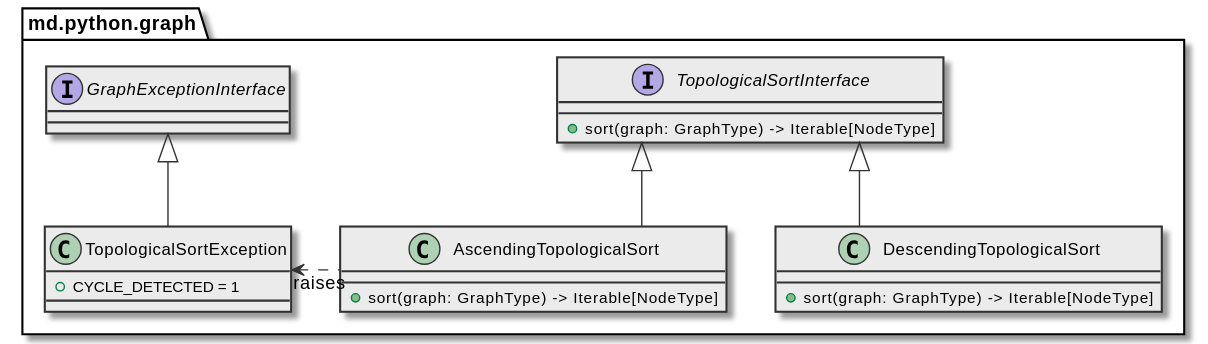
md-py/md.python.graph keeps this PlantUML diagram as docs/_static/architecture-overview.class-diagram.svg. Above is the earlier version.
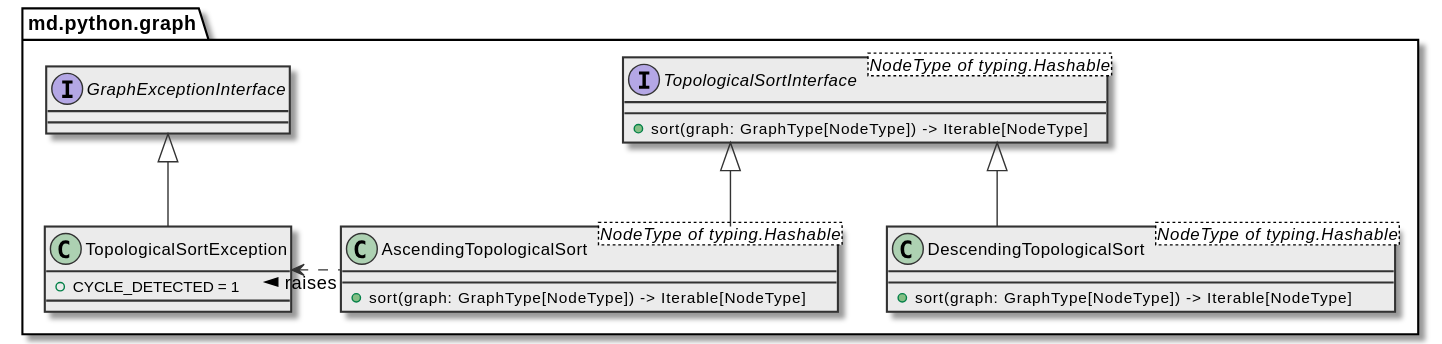
Later version of the same file.

Diff of the diagram source:
```diff
@@ -15,19 +15,19 @@
     + CYCLE_DETECTED = 1
   }
 
-  interface TopologicalSortInterface {
-    + sort(graph: GraphType) -> Iterable[NodeType]
+  interface TopologicalSortInterface <NodeType of typing.Hashable> {
+    + sort(graph: GraphType[NodeType]) -> Iterable[NodeType]
   }
 
-  class AscendingTopologicalSort {
-    + sort(graph: GraphType) -> Iterable[NodeType]
+  class AscendingTopologicalSort <NodeType of typing.Hashable> {
+    + sort(graph: GraphType[NodeType]) -> Iterable[NodeType]
   }
 
-  class DescendingTopologicalSort {
-    + sort(graph: GraphType) -> Iterable[NodeType]
+  class DescendingTopologicalSort <NodeType of typing.Hashable> {
+    + sort(graph: GraphType[NodeType]) -> Iterable[NodeType]
   }
 
-  AscendingTopologicalSort .left.> TopologicalSortException : raises
+  AscendingTopologicalSort .left.> TopologicalSortException : raises >
   AscendingTopologicalSort -up-|>  TopologicalSortInterface
   DescendingTopologicalSort -up-|>  TopologicalSortInterface
 }
```
